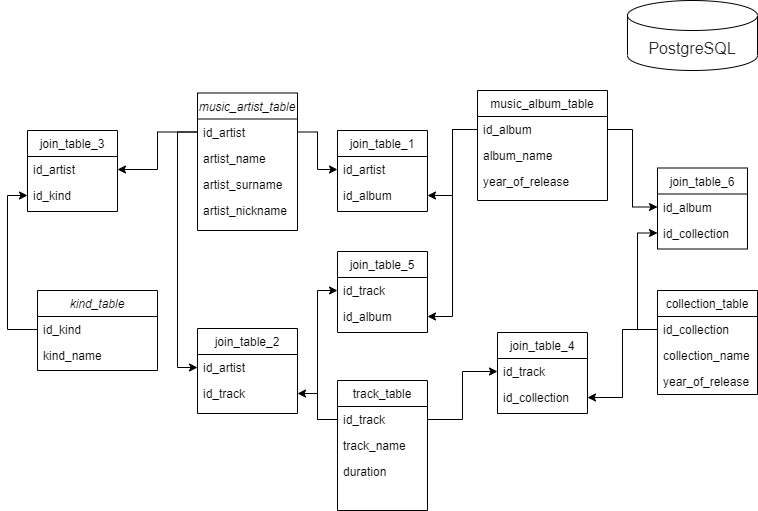
Above: database_musick_netology_1.png in danilevich23555/sql_HW_3 (draw.io), before the change. Source tidied: cells renumbered, new cells last; positions are measured from the earlier drawing's top-left corner, leaving out a move shared by most shapes.
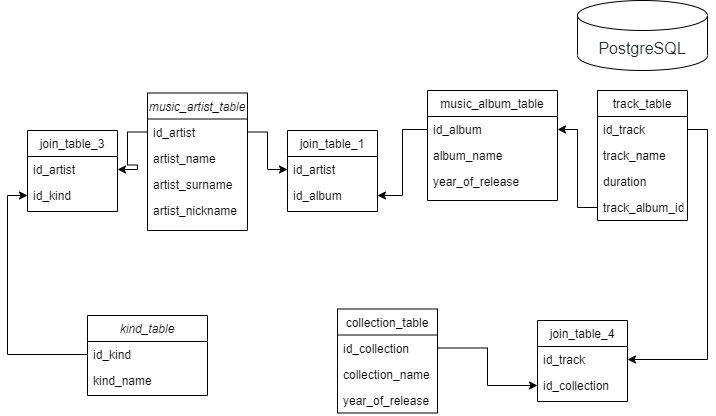
Above is the later version.

Commit message:
update table + select

Change to the diagram source:
```diff
@@ -18,7 +18,7 @@
       <mxGeometry y="104" width="100" height="26" as="geometry" />
     </mxCell>
     <mxCell id="7" value="track_table" style="swimlane;fontStyle=0;align=center;verticalAlign=top;horizontal=1;startSize=26;rounded=0;shadow=0;strokeWidth=1;" parent="1" vertex="1">
-      <mxGeometry x="310" y="380" width="90" height="130" as="geometry" />
+      <mxGeometry x="620" y="90" width="90" height="130" as="geometry" />
     </mxCell>
     <mxCell id="8" value="id_track" style="text;align=left;verticalAlign=top;spacingLeft=4;spacingRight=4;overflow=hidden;points=[[0,0.5],[1,0.5]];portConstraint=eastwest;" parent="7" vertex="1">
       <mxGeometry y="26" width="90" height="26" as="geometry" />
@@ -29,6 +29,9 @@
     <mxCell id="10" value="duration" style="text;align=left;verticalAlign=top;spacingLeft=4;spacingRight=4;overflow=hidden;rounded=0;shadow=0;html=0;" parent="7" vertex="1">
       <mxGeometry y="78" width="90" height="26" as="geometry" />
     </mxCell>
+    <mxCell id="53" value="track_album_id" style="text;align=left;verticalAlign=top;spacingLeft=4;spacingRight=4;overflow=hidden;points=[[0,0.5],[1,0.5]];portConstraint=eastwest;rounded=0;shadow=0;html=0;" parent="7" vertex="1">
+      <mxGeometry y="104" width="90" height="26" as="geometry" />
+    </mxCell>
     <mxCell id="11" value="join_table_1" style="swimlane;fontStyle=0;align=center;verticalAlign=top;horizontal=1;startSize=26;rounded=0;shadow=0;strokeWidth=1;" parent="1" vertex="1">
       <mxGeometry x="310" y="130" width="90" height="81" as="geometry" />
     </mxCell>
@@ -59,23 +62,8 @@
     <mxCell id="20" style="edgeStyle=orthogonalEdgeStyle;rounded=0;jettySize=auto;html=1;exitX=1;exitY=0.5;exitDx=0;exitDy=0;entryX=0;entryY=0.5;entryDx=0;entryDy=0;" parent="1" edge="1" source="3" target="12">
       <mxGeometry relative="1" as="geometry" />
     </mxCell>
-    <mxCell id="21" value="join_table_2" style="swimlane;fontStyle=0;align=center;verticalAlign=top;horizontal=1;startSize=26;rounded=0;shadow=0;strokeWidth=1;" parent="1" vertex="1">
-      <mxGeometry x="170" y="328" width="100" height="85" as="geometry" />
-    </mxCell>
-    <mxCell id="22" value="id_artist" style="text;align=left;verticalAlign=top;spacingLeft=4;spacingRight=4;overflow=hidden;points=[[0,0.5],[1,0.5]];portConstraint=eastwest;" parent="21" vertex="1">
-      <mxGeometry y="26" width="100" height="26" as="geometry" />
-    </mxCell>
-    <mxCell id="23" value="id_track" style="text;align=left;verticalAlign=top;spacingLeft=4;spacingRight=4;overflow=hidden;points=[[0,0.5],[1,0.5]];portConstraint=eastwest;" parent="21" vertex="1">
-      <mxGeometry y="52" width="100" height="26" as="geometry" />
-    </mxCell>
-    <mxCell id="24" style="edgeStyle=orthogonalEdgeStyle;rounded=0;jettySize=auto;html=1;exitX=0;exitY=0.5;exitDx=0;exitDy=0;entryX=0;entryY=0.5;entryDx=0;entryDy=0;" parent="1" edge="1" source="3" target="22">
-      <mxGeometry relative="1" as="geometry" />
-    </mxCell>
-    <mxCell id="25" style="edgeStyle=orthogonalEdgeStyle;rounded=0;jettySize=auto;html=1;exitX=0;exitY=0.5;exitDx=0;exitDy=0;entryX=1;entryY=0.5;entryDx=0;entryDy=0;" parent="1" edge="1" source="8" target="23">
-      <mxGeometry relative="1" as="geometry" />
-    </mxCell>
     <mxCell id="26" value="kind_table" style="swimlane;fontStyle=2;align=center;verticalAlign=top;horizontal=1;startSize=26;rounded=0;shadow=0;strokeWidth=1;" parent="1" vertex="1">
-      <mxGeometry x="10" y="290" width="120" height="80" as="geometry" />
+      <mxGeometry x="110" y="315" width="120" height="80" as="geometry" />
     </mxCell>
     <mxCell id="27" value="id_kind" style="text;align=left;verticalAlign=top;spacingLeft=4;spacingRight=4;overflow=hidden;points=[[0,0.5],[1,0.5]];portConstraint=eastwest;" parent="26" vertex="1">
       <mxGeometry y="26" width="120" height="26" as="geometry" />
@@ -84,7 +72,7 @@
       <mxGeometry y="52" width="120" height="26" as="geometry" />
     </mxCell>
     <mxCell id="29" value="join_table_3" style="swimlane;fontStyle=0;align=center;verticalAlign=top;horizontal=1;startSize=26;rounded=0;shadow=0;strokeWidth=1;" parent="1" vertex="1">
-      <mxGeometry y="130" width="90" height="81" as="geometry" />
+      <mxGeometry x="50" y="130" width="90" height="81" as="geometry" />
     </mxCell>
     <mxCell id="30" value="id_artist" style="text;align=left;verticalAlign=top;spacingLeft=4;spacingRight=4;overflow=hidden;points=[[0,0.5],[1,0.5]];portConstraint=eastwest;" parent="29" vertex="1">
       <mxGeometry y="26" width="90" height="26" as="geometry" />
@@ -99,7 +87,7 @@
       <mxGeometry relative="1" as="geometry" />
     </mxCell>
     <mxCell id="34" value="collection_table" style="swimlane;fontStyle=0;align=center;verticalAlign=top;horizontal=1;startSize=26;rounded=0;shadow=0;strokeWidth=1;" parent="1" vertex="1">
-      <mxGeometry x="630" y="290" width="100" height="104" as="geometry" />
+      <mxGeometry x="360" y="308.5" width="100" height="104" as="geometry" />
     </mxCell>
     <mxCell id="35" value="id_collection" style="text;align=left;verticalAlign=top;spacingLeft=4;spacingRight=4;overflow=hidden;points=[[0,0.5],[1,0.5]];portConstraint=eastwest;" parent="34" vertex="1">
       <mxGeometry y="26" width="100" height="26" as="geometry" />
@@ -111,7 +99,7 @@
       <mxGeometry y="78" width="100" height="26" as="geometry" />
     </mxCell>
     <mxCell id="38" value="join_table_4" style="swimlane;fontStyle=0;align=center;verticalAlign=top;horizontal=1;startSize=26;rounded=0;shadow=0;strokeWidth=1;" parent="1" vertex="1">
-      <mxGeometry x="470" y="332" width="90" height="81" as="geometry" />
+      <mxGeometry x="560" y="320" width="90" height="81" as="geometry" />
     </mxCell>
     <mxCell id="39" value="id_track" style="text;align=left;verticalAlign=top;spacingLeft=4;spacingRight=4;overflow=hidden;points=[[0,0.5],[1,0.5]];portConstraint=eastwest;" parent="38" vertex="1">
       <mxGeometry y="26" width="90" height="26" as="geometry" />
@@ -119,41 +107,14 @@
     <mxCell id="40" value="id_collection" style="text;align=left;verticalAlign=top;spacingLeft=4;spacingRight=4;overflow=hidden;points=[[0,0.5],[1,0.5]];portConstraint=eastwest;" parent="38" vertex="1">
       <mxGeometry y="52" width="90" height="26" as="geometry" />
     </mxCell>
+    <mxCell id="54" style="edgeStyle=orthogonalEdgeStyle;rounded=0;jettySize=auto;html=1;exitX=0;exitY=0.5;exitDx=0;exitDy=0;entryX=1;entryY=0.5;entryDx=0;entryDy=0;" parent="1" edge="1" source="53" target="15">
+      <mxGeometry relative="1" as="geometry" />
+    </mxCell>
+    <mxCell id="42" style="edgeStyle=orthogonalEdgeStyle;rounded=0;jettySize=auto;html=1;exitX=1;exitY=0.5;exitDx=0;exitDy=0;entryX=0;entryY=0.5;entryDx=0;entryDy=0;" parent="1" edge="1" source="35" target="40">
+      <mxGeometry relative="1" as="geometry" />
+    </mxCell>
-    <mxCell id="41" style="edgeStyle=orthogonalEdgeStyle;rounded=0;jettySize=auto;html=1;exitX=1;exitY=0.5;exitDx=0;exitDy=0;entryX=0;entryY=0.5;entryDx=0;entryDy=0;" parent="1" edge="1" source="8" target="39">
+    <mxCell id="41" style="edgeStyle=orthogonalEdgeStyle;rounded=0;jettySize=auto;html=1;exitX=1;exitY=0.5;exitDx=0;exitDy=0;entryX=1;entryY=0.5;entryDx=0;entryDy=0;" parent="1" edge="1" source="8" target="39">
       <mxGeometry relative="1" as="geometry" />
     </mxCell>
-    <mxCell id="42" style="edgeStyle=orthogonalEdgeStyle;rounded=0;jettySize=auto;html=1;exitX=0;exitY=0.5;exitDx=0;exitDy=0;entryX=1;entryY=0.5;entryDx=0;entryDy=0;" parent="1" edge="1" source="35" target="40">
-      <mxGeometry relative="1" as="geometry" />
-    </mxCell>
-    <mxCell id="43" value="join_table_5" style="swimlane;fontStyle=0;align=center;verticalAlign=top;horizontal=1;startSize=26;rounded=0;shadow=0;strokeWidth=1;" parent="1" vertex="1">
-      <mxGeometry x="310" y="251" width="90" height="81" as="geometry" />
-    </mxCell>
-    <mxCell id="44" value="id_track" style="text;align=left;verticalAlign=top;spacingLeft=4;spacingRight=4;overflow=hidden;points=[[0,0.5],[1,0.5]];portConstraint=eastwest;" parent="43" vertex="1">
-      <mxGeometry y="26" width="90" height="26" as="geometry" />
-    </mxCell>
-    <mxCell id="45" value="id_album" style="text;align=left;verticalAlign=top;spacingLeft=4;spacingRight=4;overflow=hidden;points=[[0,0.5],[1,0.5]];portConstraint=eastwest;" parent="43" vertex="1">
-      <mxGeometry y="52" width="90" height="26" as="geometry" />
-    </mxCell>
-    <mxCell id="46" style="edgeStyle=orthogonalEdgeStyle;rounded=0;jettySize=auto;html=1;exitX=0;exitY=0.5;exitDx=0;exitDy=0;entryX=0;entryY=0.5;entryDx=0;entryDy=0;" parent="1" edge="1" source="8" target="44">
-      <mxGeometry relative="1" as="geometry" />
-    </mxCell>
-    <mxCell id="47" style="edgeStyle=orthogonalEdgeStyle;rounded=0;jettySize=auto;html=1;exitX=0;exitY=0.5;exitDx=0;exitDy=0;entryX=1;entryY=0.5;entryDx=0;entryDy=0;" parent="1" edge="1" source="15" target="45">
-      <mxGeometry relative="1" as="geometry" />
-    </mxCell>
-    <mxCell id="48" value="join_table_6" style="swimlane;fontStyle=0;align=center;verticalAlign=top;horizontal=1;startSize=26;rounded=0;shadow=0;strokeWidth=1;" parent="1" vertex="1">
-      <mxGeometry x="630" y="167.5" width="90" height="81" as="geometry" />
-    </mxCell>
-    <mxCell id="49" value="id_album" style="text;align=left;verticalAlign=top;spacingLeft=4;spacingRight=4;overflow=hidden;points=[[0,0.5],[1,0.5]];portConstraint=eastwest;" parent="48" vertex="1">
-      <mxGeometry y="26" width="90" height="26" as="geometry" />
-    </mxCell>
-    <mxCell id="50" value="id_collection" style="text;align=left;verticalAlign=top;spacingLeft=4;spacingRight=4;overflow=hidden;points=[[0,0.5],[1,0.5]];portConstraint=eastwest;" parent="48" vertex="1">
-      <mxGeometry y="52" width="90" height="26" as="geometry" />
-    </mxCell>
-    <mxCell id="51" style="edgeStyle=orthogonalEdgeStyle;rounded=0;jettySize=auto;html=1;exitX=1;exitY=0.5;exitDx=0;exitDy=0;entryX=0;entryY=0.5;entryDx=0;entryDy=0;" parent="1" edge="1" source="15" target="49">
-      <mxGeometry relative="1" as="geometry" />
-    </mxCell>
-    <mxCell id="52" style="edgeStyle=orthogonalEdgeStyle;rounded=0;jettySize=auto;html=1;exitX=0;exitY=0.5;exitDx=0;exitDy=0;entryX=0;entryY=0.5;entryDx=0;entryDy=0;" parent="1" edge="1" source="35" target="50">
-      <mxGeometry relative="1" as="geometry" />
-    </mxCell>
   </root>
 </mxGraphModel>
```
